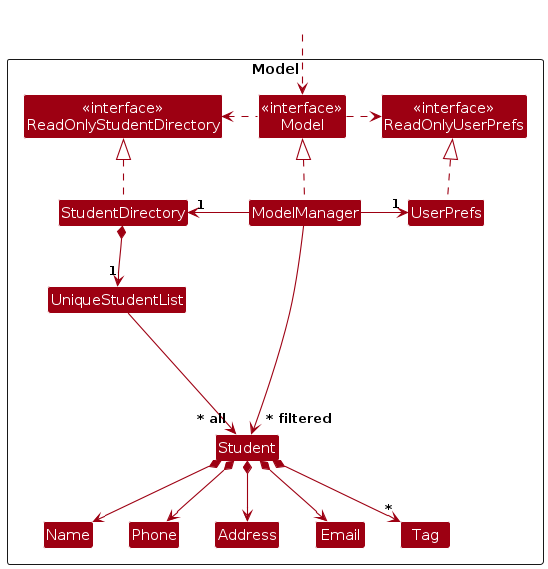
This is diagrams/ModelClassDiagram.png from AY2627S1-CS2103T-T13-4/tp, a PlantUML export, as it was before one commit. Its source is kept beside it as diagrams/ModelClassDiagram.puml.
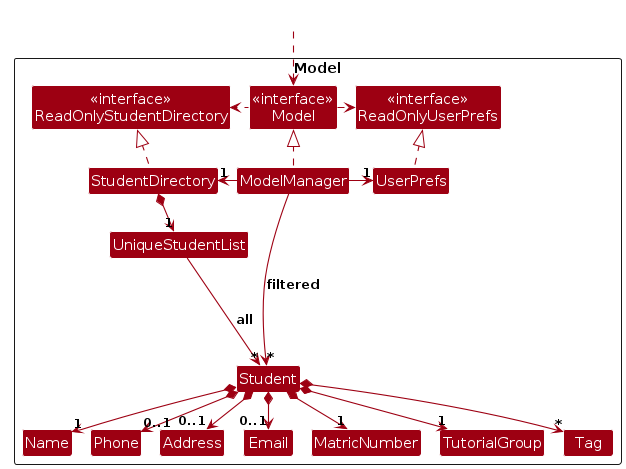
The same file after the commit.

The edit, as a diff of the source:
```diff
@@ -1,4 +1,5 @@
 @startuml
+!pragma layout smetana
 !include style.puml
 skinparam arrowThickness 1.1
 skinparam arrowColor MODEL_COLOR
@@ -17,6 +18,8 @@
 Class Address
 Class Email
 Class Name
+Class MatricNumber
+Class TutorialGroup
 Class Phone
 Class Tag
 
@@ -36,19 +39,22 @@
 UserPrefs .up.|> ReadOnlyUserPrefs
 
 StudentDirectory *--> "1" UniqueStudentList
-UniqueStudentList --> "~* all" Student
-Student *--> Name
-Student *--> Phone
-Student *--> Email
-Student *--> Address
+UniqueStudentList --> "*" Student : all
+Student *--> "1" Name
+Student *--> "1" MatricNumber
+Student *--> "1" TutorialGroup
+Student *--> "0..1" Phone
+Student *--> "0..1" Email
+Student *--> "0..1" Address
 Student *--> "*" Tag
 
 Student -[hidden]up--> I
 UniqueStudentList -[hidden]right-> I
 
 Name -[hidden]right-> Phone
+MatricNumber -[hidden]right-> TutorialGroup
 Phone -[hidden]right-> Address
 Address -[hidden]right-> Email
 
-ModelManager --> "~* filtered" Student
+ModelManager --> "*" Student : filtered
 @enduml
```
